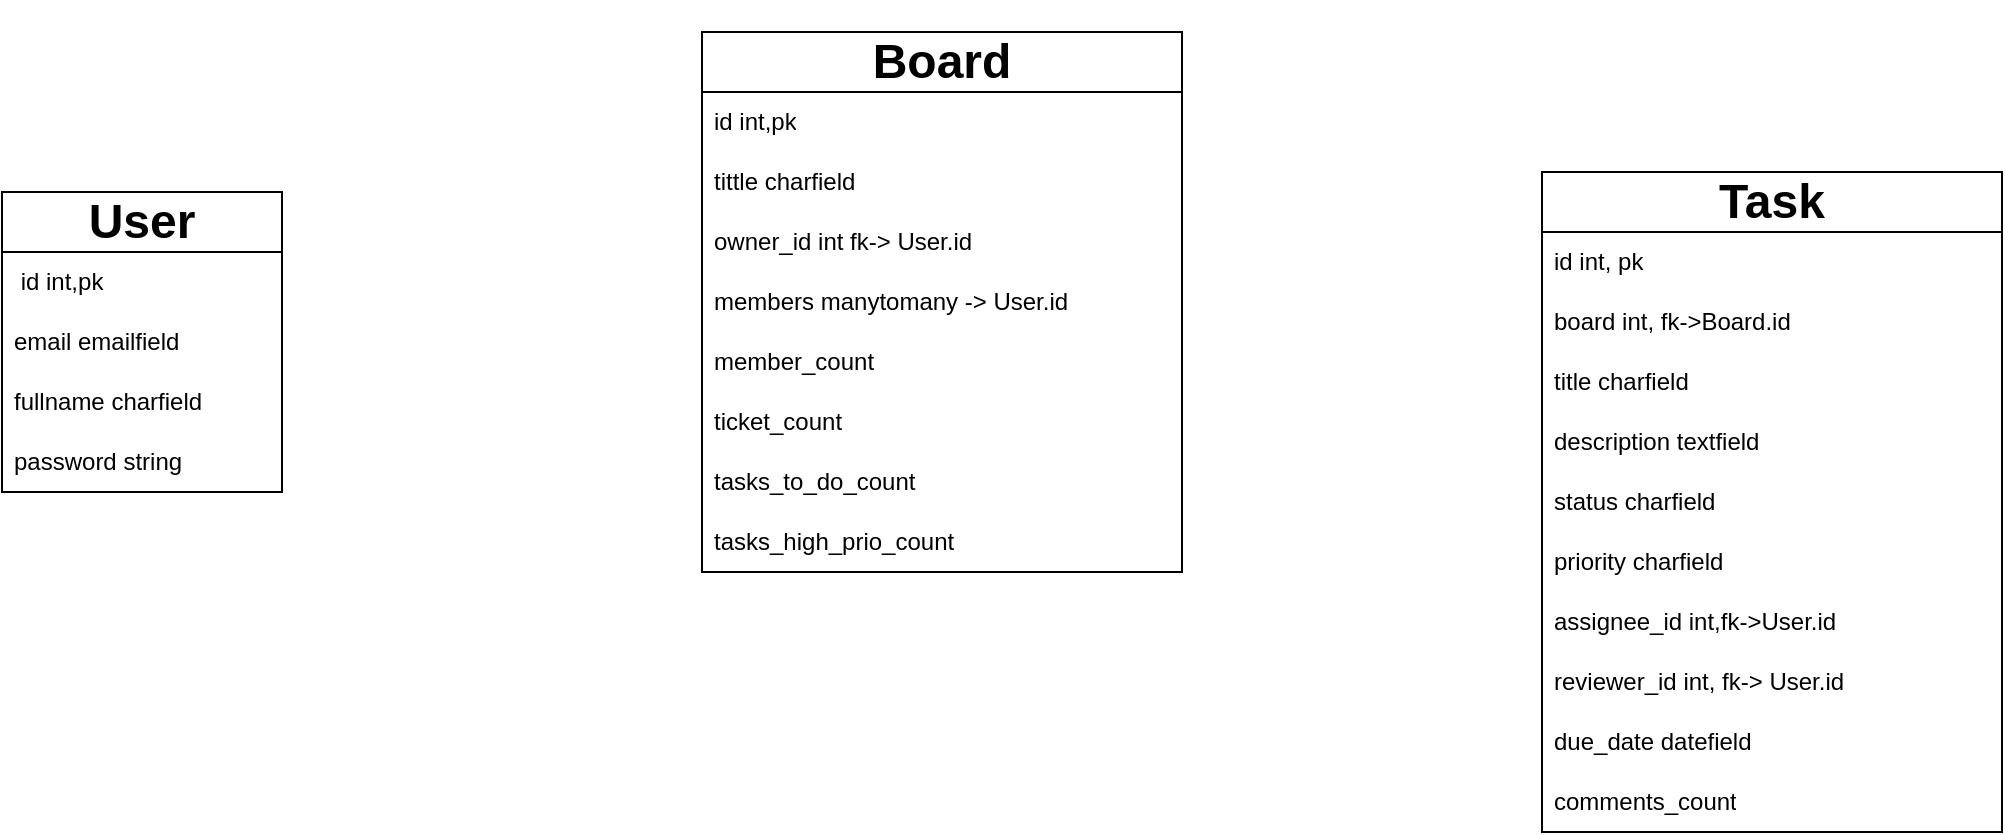
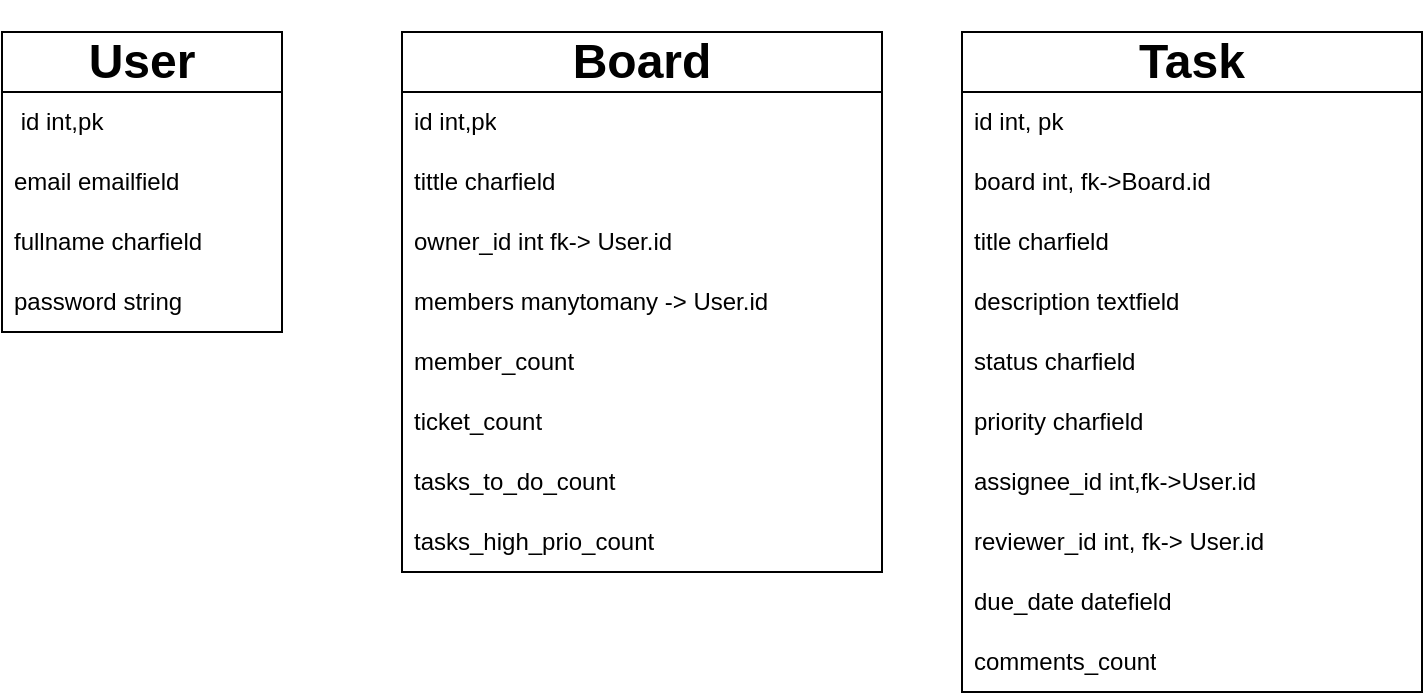
<mxfile host="65bd71144e">
    <diagram id="cN5_UtqADJ0dFnwx7pUQ" name="Page-1">
-         <mxGraphModel dx="1224" dy="1138" grid="1" gridSize="10" guides="1" tooltips="1" connect="1" arrows="1" fold="1" page="1" pageScale="1" pageWidth="850" pageHeight="1100" math="0" shadow="0">
+         <mxGraphModel dx="616" dy="1154" grid="1" gridSize="10" guides="1" tooltips="1" connect="1" arrows="1" fold="1" page="1" pageScale="1" pageWidth="850" pageHeight="1100" math="0" shadow="0">
            <root>
                <mxCell id="0"/>
                <mxCell id="1" parent="0"/>
-                 <mxCell id="9" value="&lt;h1&gt;User&lt;/h1&gt;" style="swimlane;fontStyle=0;childLayout=stackLayout;horizontal=1;startSize=30;horizontalStack=0;resizeParent=1;resizeParentMax=0;resizeLast=0;collapsible=1;marginBottom=0;whiteSpace=wrap;html=1;" vertex="1" parent="1">
-                     <mxGeometry x="40" y="270" width="140" height="150" as="geometry">
+                 <mxCell id="9" value="&lt;h1&gt;User&lt;/h1&gt;" style="swimlane;fontStyle=0;childLayout=stackLayout;horizontal=1;startSize=30;horizontalStack=0;resizeParent=1;resizeParentMax=0;resizeLast=0;collapsible=1;marginBottom=0;whiteSpace=wrap;html=1;" parent="1" vertex="1">
+                     <mxGeometry x="190" y="190" width="140" height="150" as="geometry">
                        <mxRectangle x="160" y="140" width="60" height="30" as="alternateBounds"/>
                    </mxGeometry>
                </mxCell>
-                 <mxCell id="10" value="&amp;nbsp;id int,pk" style="text;strokeColor=none;fillColor=none;align=left;verticalAlign=middle;spacingLeft=4;spacingRight=4;overflow=hidden;points=[[0,0.5],[1,0.5]];portConstraint=eastwest;rotatable=0;whiteSpace=wrap;html=1;" vertex="1" parent="9">
+                 <mxCell id="10" value="&amp;nbsp;id int,pk" style="text;strokeColor=none;fillColor=none;align=left;verticalAlign=middle;spacingLeft=4;spacingRight=4;overflow=hidden;points=[[0,0.5],[1,0.5]];portConstraint=eastwest;rotatable=0;whiteSpace=wrap;html=1;" parent="9" vertex="1">
                    <mxGeometry y="30" width="140" height="30" as="geometry"/>
                </mxCell>
-                 <mxCell id="11" value="email emailfield" style="text;strokeColor=none;fillColor=none;align=left;verticalAlign=middle;spacingLeft=4;spacingRight=4;overflow=hidden;points=[[0,0.5],[1,0.5]];portConstraint=eastwest;rotatable=0;whiteSpace=wrap;html=1;" vertex="1" parent="9">
+                 <mxCell id="11" value="email emailfield" style="text;strokeColor=none;fillColor=none;align=left;verticalAlign=middle;spacingLeft=4;spacingRight=4;overflow=hidden;points=[[0,0.5],[1,0.5]];portConstraint=eastwest;rotatable=0;whiteSpace=wrap;html=1;" parent="9" vertex="1">
                    <mxGeometry y="60" width="140" height="30" as="geometry"/>
                </mxCell>
-                 <mxCell id="12" value="fullname charfield" style="text;strokeColor=none;fillColor=none;align=left;verticalAlign=middle;spacingLeft=4;spacingRight=4;overflow=hidden;points=[[0,0.5],[1,0.5]];portConstraint=eastwest;rotatable=0;whiteSpace=wrap;html=1;" vertex="1" parent="9">
+                 <mxCell id="12" value="fullname charfield" style="text;strokeColor=none;fillColor=none;align=left;verticalAlign=middle;spacingLeft=4;spacingRight=4;overflow=hidden;points=[[0,0.5],[1,0.5]];portConstraint=eastwest;rotatable=0;whiteSpace=wrap;html=1;" parent="9" vertex="1">
                    <mxGeometry y="90" width="140" height="30" as="geometry"/>
                </mxCell>
-                 <mxCell id="15" value="password string" style="text;strokeColor=none;fillColor=none;align=left;verticalAlign=middle;spacingLeft=4;spacingRight=4;overflow=hidden;points=[[0,0.5],[1,0.5]];portConstraint=eastwest;rotatable=0;whiteSpace=wrap;html=1;" vertex="1" parent="9">
+                 <mxCell id="15" value="password string" style="text;strokeColor=none;fillColor=none;align=left;verticalAlign=middle;spacingLeft=4;spacingRight=4;overflow=hidden;points=[[0,0.5],[1,0.5]];portConstraint=eastwest;rotatable=0;whiteSpace=wrap;html=1;" parent="9" vertex="1">
                    <mxGeometry y="120" width="140" height="30" as="geometry"/>
                </mxCell>
-                 <mxCell id="23" value="&lt;h1&gt;Board&lt;/h1&gt;" style="swimlane;fontStyle=0;childLayout=stackLayout;horizontal=1;startSize=30;horizontalStack=0;resizeParent=1;resizeParentMax=0;resizeLast=0;collapsible=1;marginBottom=0;whiteSpace=wrap;html=1;" vertex="1" parent="1">
+                 <mxCell id="23" value="&lt;h1&gt;Board&lt;/h1&gt;" style="swimlane;fontStyle=0;childLayout=stackLayout;horizontal=1;startSize=30;horizontalStack=0;resizeParent=1;resizeParentMax=0;resizeLast=0;collapsible=1;marginBottom=0;whiteSpace=wrap;html=1;" parent="1" vertex="1">
                    <mxGeometry x="390" y="190" width="240" height="270" as="geometry"/>
                </mxCell>
-                 <mxCell id="24" value="id int,pk" style="text;strokeColor=none;fillColor=none;align=left;verticalAlign=middle;spacingLeft=4;spacingRight=4;overflow=hidden;points=[[0,0.5],[1,0.5]];portConstraint=eastwest;rotatable=0;whiteSpace=wrap;html=1;" vertex="1" parent="23">
+                 <mxCell id="24" value="id int,pk" style="text;strokeColor=none;fillColor=none;align=left;verticalAlign=middle;spacingLeft=4;spacingRight=4;overflow=hidden;points=[[0,0.5],[1,0.5]];portConstraint=eastwest;rotatable=0;whiteSpace=wrap;html=1;" parent="23" vertex="1">
                    <mxGeometry y="30" width="240" height="30" as="geometry"/>
                </mxCell>
-                 <mxCell id="25" value="tittle charfield" style="text;strokeColor=none;fillColor=none;align=left;verticalAlign=middle;spacingLeft=4;spacingRight=4;overflow=hidden;points=[[0,0.5],[1,0.5]];portConstraint=eastwest;rotatable=0;whiteSpace=wrap;html=1;" vertex="1" parent="23">
+                 <mxCell id="25" value="tittle charfield" style="text;strokeColor=none;fillColor=none;align=left;verticalAlign=middle;spacingLeft=4;spacingRight=4;overflow=hidden;points=[[0,0.5],[1,0.5]];portConstraint=eastwest;rotatable=0;whiteSpace=wrap;html=1;" parent="23" vertex="1">
                    <mxGeometry y="60" width="240" height="30" as="geometry"/>
                </mxCell>
-                 <mxCell id="26" value="owner_id int fk-&amp;gt; User.id" style="text;strokeColor=none;fillColor=none;align=left;verticalAlign=middle;spacingLeft=4;spacingRight=4;overflow=hidden;points=[[0,0.5],[1,0.5]];portConstraint=eastwest;rotatable=0;whiteSpace=wrap;html=1;" vertex="1" parent="23">
+                 <mxCell id="26" value="owner_id int fk-&amp;gt; User.id" style="text;strokeColor=none;fillColor=none;align=left;verticalAlign=middle;spacingLeft=4;spacingRight=4;overflow=hidden;points=[[0,0.5],[1,0.5]];portConstraint=eastwest;rotatable=0;whiteSpace=wrap;html=1;" parent="23" vertex="1">
                    <mxGeometry y="90" width="240" height="30" as="geometry"/>
                </mxCell>
-                 <mxCell id="43" value="members manytomany -&amp;gt; User.id" style="text;strokeColor=none;fillColor=none;align=left;verticalAlign=middle;spacingLeft=4;spacingRight=4;overflow=hidden;points=[[0,0.5],[1,0.5]];portConstraint=eastwest;rotatable=0;whiteSpace=wrap;html=1;" vertex="1" parent="23">
+                 <mxCell id="43" value="members manytomany -&amp;gt; User.id" style="text;strokeColor=none;fillColor=none;align=left;verticalAlign=middle;spacingLeft=4;spacingRight=4;overflow=hidden;points=[[0,0.5],[1,0.5]];portConstraint=eastwest;rotatable=0;whiteSpace=wrap;html=1;" parent="23" vertex="1">
                    <mxGeometry y="120" width="240" height="30" as="geometry"/>
                </mxCell>
-                 <mxCell id="36" value="member_count" style="text;strokeColor=none;fillColor=none;align=left;verticalAlign=middle;spacingLeft=4;spacingRight=4;overflow=hidden;points=[[0,0.5],[1,0.5]];portConstraint=eastwest;rotatable=0;whiteSpace=wrap;html=1;" vertex="1" parent="23">
+                 <mxCell id="36" value="member_count" style="text;strokeColor=none;fillColor=none;align=left;verticalAlign=middle;spacingLeft=4;spacingRight=4;overflow=hidden;points=[[0,0.5],[1,0.5]];portConstraint=eastwest;rotatable=0;whiteSpace=wrap;html=1;" parent="23" vertex="1">
                    <mxGeometry y="150" width="240" height="30" as="geometry"/>
                </mxCell>
-                 <mxCell id="37" value="ticket_count" style="text;strokeColor=none;fillColor=none;align=left;verticalAlign=middle;spacingLeft=4;spacingRight=4;overflow=hidden;points=[[0,0.5],[1,0.5]];portConstraint=eastwest;rotatable=0;whiteSpace=wrap;html=1;" vertex="1" parent="23">
+                 <mxCell id="37" value="ticket_count" style="text;strokeColor=none;fillColor=none;align=left;verticalAlign=middle;spacingLeft=4;spacingRight=4;overflow=hidden;points=[[0,0.5],[1,0.5]];portConstraint=eastwest;rotatable=0;whiteSpace=wrap;html=1;" parent="23" vertex="1">
                    <mxGeometry y="180" width="240" height="30" as="geometry"/>
                </mxCell>
-                 <mxCell id="38" value="tasks_to_do_count" style="text;strokeColor=none;fillColor=none;align=left;verticalAlign=middle;spacingLeft=4;spacingRight=4;overflow=hidden;points=[[0,0.5],[1,0.5]];portConstraint=eastwest;rotatable=0;whiteSpace=wrap;html=1;" vertex="1" parent="23">
+                 <mxCell id="38" value="tasks_to_do_count" style="text;strokeColor=none;fillColor=none;align=left;verticalAlign=middle;spacingLeft=4;spacingRight=4;overflow=hidden;points=[[0,0.5],[1,0.5]];portConstraint=eastwest;rotatable=0;whiteSpace=wrap;html=1;" parent="23" vertex="1">
                    <mxGeometry y="210" width="240" height="30" as="geometry"/>
                </mxCell>
-                 <mxCell id="39" value="tasks_high_prio_count" style="text;strokeColor=none;fillColor=none;align=left;verticalAlign=middle;spacingLeft=4;spacingRight=4;overflow=hidden;points=[[0,0.5],[1,0.5]];portConstraint=eastwest;rotatable=0;whiteSpace=wrap;html=1;" vertex="1" parent="23">
+                 <mxCell id="39" value="tasks_high_prio_count" style="text;strokeColor=none;fillColor=none;align=left;verticalAlign=middle;spacingLeft=4;spacingRight=4;overflow=hidden;points=[[0,0.5],[1,0.5]];portConstraint=eastwest;rotatable=0;whiteSpace=wrap;html=1;" parent="23" vertex="1">
                    <mxGeometry y="240" width="240" height="30" as="geometry"/>
                </mxCell>
-                 <mxCell id="45" value="&lt;h1&gt;Task&lt;/h1&gt;" style="swimlane;fontStyle=0;childLayout=stackLayout;horizontal=1;startSize=30;horizontalStack=0;resizeParent=1;resizeParentMax=0;resizeLast=0;collapsible=1;marginBottom=0;whiteSpace=wrap;html=1;" vertex="1" parent="1">
-                     <mxGeometry x="810" y="260" width="230" height="330" as="geometry"/>
+                 <mxCell id="45" value="&lt;h1&gt;Task&lt;/h1&gt;" style="swimlane;fontStyle=0;childLayout=stackLayout;horizontal=1;startSize=30;horizontalStack=0;resizeParent=1;resizeParentMax=0;resizeLast=0;collapsible=1;marginBottom=0;whiteSpace=wrap;html=1;" parent="1" vertex="1">
+                     <mxGeometry x="670" y="190" width="230" height="330" as="geometry"/>
                </mxCell>
-                 <mxCell id="46" value="id int, pk" style="text;strokeColor=none;fillColor=none;align=left;verticalAlign=middle;spacingLeft=4;spacingRight=4;overflow=hidden;points=[[0,0.5],[1,0.5]];portConstraint=eastwest;rotatable=0;whiteSpace=wrap;html=1;" vertex="1" parent="45">
+                 <mxCell id="46" value="id int, pk" style="text;strokeColor=none;fillColor=none;align=left;verticalAlign=middle;spacingLeft=4;spacingRight=4;overflow=hidden;points=[[0,0.5],[1,0.5]];portConstraint=eastwest;rotatable=0;whiteSpace=wrap;html=1;" parent="45" vertex="1">
                    <mxGeometry y="30" width="230" height="30" as="geometry"/>
                </mxCell>
-                 <mxCell id="55" value="board int, fk-&amp;gt;Board.id" style="text;strokeColor=none;fillColor=none;align=left;verticalAlign=middle;spacingLeft=4;spacingRight=4;overflow=hidden;points=[[0,0.5],[1,0.5]];portConstraint=eastwest;rotatable=0;whiteSpace=wrap;html=1;" vertex="1" parent="45">
+                 <mxCell id="55" value="board int, fk-&amp;gt;Board.id" style="text;strokeColor=none;fillColor=none;align=left;verticalAlign=middle;spacingLeft=4;spacingRight=4;overflow=hidden;points=[[0,0.5],[1,0.5]];portConstraint=eastwest;rotatable=0;whiteSpace=wrap;html=1;" parent="45" vertex="1">
                    <mxGeometry y="60" width="230" height="30" as="geometry"/>
                </mxCell>
-                 <mxCell id="47" value="title charfield" style="text;strokeColor=none;fillColor=none;align=left;verticalAlign=middle;spacingLeft=4;spacingRight=4;overflow=hidden;points=[[0,0.5],[1,0.5]];portConstraint=eastwest;rotatable=0;whiteSpace=wrap;html=1;" vertex="1" parent="45">
+                 <mxCell id="47" value="title charfield" style="text;strokeColor=none;fillColor=none;align=left;verticalAlign=middle;spacingLeft=4;spacingRight=4;overflow=hidden;points=[[0,0.5],[1,0.5]];portConstraint=eastwest;rotatable=0;whiteSpace=wrap;html=1;" parent="45" vertex="1">
                    <mxGeometry y="90" width="230" height="30" as="geometry"/>
                </mxCell>
-                 <mxCell id="48" value="description textfield" style="text;strokeColor=none;fillColor=none;align=left;verticalAlign=middle;spacingLeft=4;spacingRight=4;overflow=hidden;points=[[0,0.5],[1,0.5]];portConstraint=eastwest;rotatable=0;whiteSpace=wrap;html=1;" vertex="1" parent="45">
+                 <mxCell id="48" value="description textfield" style="text;strokeColor=none;fillColor=none;align=left;verticalAlign=middle;spacingLeft=4;spacingRight=4;overflow=hidden;points=[[0,0.5],[1,0.5]];portConstraint=eastwest;rotatable=0;whiteSpace=wrap;html=1;" parent="45" vertex="1">
                    <mxGeometry y="120" width="230" height="30" as="geometry"/>
                </mxCell>
-                 <mxCell id="49" value="status charfield" style="text;strokeColor=none;fillColor=none;align=left;verticalAlign=middle;spacingLeft=4;spacingRight=4;overflow=hidden;points=[[0,0.5],[1,0.5]];portConstraint=eastwest;rotatable=0;whiteSpace=wrap;html=1;" vertex="1" parent="45">
+                 <mxCell id="49" value="status charfield" style="text;strokeColor=none;fillColor=none;align=left;verticalAlign=middle;spacingLeft=4;spacingRight=4;overflow=hidden;points=[[0,0.5],[1,0.5]];portConstraint=eastwest;rotatable=0;whiteSpace=wrap;html=1;" parent="45" vertex="1">
                    <mxGeometry y="150" width="230" height="30" as="geometry"/>
                </mxCell>
-                 <mxCell id="50" value="priority charfield" style="text;strokeColor=none;fillColor=none;align=left;verticalAlign=middle;spacingLeft=4;spacingRight=4;overflow=hidden;points=[[0,0.5],[1,0.5]];portConstraint=eastwest;rotatable=0;whiteSpace=wrap;html=1;" vertex="1" parent="45">
+                 <mxCell id="50" value="priority charfield" style="text;strokeColor=none;fillColor=none;align=left;verticalAlign=middle;spacingLeft=4;spacingRight=4;overflow=hidden;points=[[0,0.5],[1,0.5]];portConstraint=eastwest;rotatable=0;whiteSpace=wrap;html=1;" parent="45" vertex="1">
                    <mxGeometry y="180" width="230" height="30" as="geometry"/>
                </mxCell>
-                 <mxCell id="51" value="assignee_id int,fk-&amp;gt;User.id" style="text;strokeColor=none;fillColor=none;align=left;verticalAlign=middle;spacingLeft=4;spacingRight=4;overflow=hidden;points=[[0,0.5],[1,0.5]];portConstraint=eastwest;rotatable=0;whiteSpace=wrap;html=1;" vertex="1" parent="45">
+                 <mxCell id="51" value="assignee_id int,fk-&amp;gt;User.id" style="text;strokeColor=none;fillColor=none;align=left;verticalAlign=middle;spacingLeft=4;spacingRight=4;overflow=hidden;points=[[0,0.5],[1,0.5]];portConstraint=eastwest;rotatable=0;whiteSpace=wrap;html=1;" parent="45" vertex="1">
                    <mxGeometry y="210" width="230" height="30" as="geometry"/>
                </mxCell>
-                 <mxCell id="52" value="reviewer_id int, fk-&amp;gt; User.id" style="text;strokeColor=none;fillColor=none;align=left;verticalAlign=middle;spacingLeft=4;spacingRight=4;overflow=hidden;points=[[0,0.5],[1,0.5]];portConstraint=eastwest;rotatable=0;whiteSpace=wrap;html=1;" vertex="1" parent="45">
+                 <mxCell id="52" value="reviewer_id int, fk-&amp;gt; User.id" style="text;strokeColor=none;fillColor=none;align=left;verticalAlign=middle;spacingLeft=4;spacingRight=4;overflow=hidden;points=[[0,0.5],[1,0.5]];portConstraint=eastwest;rotatable=0;whiteSpace=wrap;html=1;" parent="45" vertex="1">
                    <mxGeometry y="240" width="230" height="30" as="geometry"/>
                </mxCell>
-                 <mxCell id="53" value="due_date datefield" style="text;strokeColor=none;fillColor=none;align=left;verticalAlign=middle;spacingLeft=4;spacingRight=4;overflow=hidden;points=[[0,0.5],[1,0.5]];portConstraint=eastwest;rotatable=0;whiteSpace=wrap;html=1;" vertex="1" parent="45">
+                 <mxCell id="53" value="due_date datefield" style="text;strokeColor=none;fillColor=none;align=left;verticalAlign=middle;spacingLeft=4;spacingRight=4;overflow=hidden;points=[[0,0.5],[1,0.5]];portConstraint=eastwest;rotatable=0;whiteSpace=wrap;html=1;" parent="45" vertex="1">
                    <mxGeometry y="270" width="230" height="30" as="geometry"/>
                </mxCell>
-                 <mxCell id="54" value="comments_count" style="text;strokeColor=none;fillColor=none;align=left;verticalAlign=middle;spacingLeft=4;spacingRight=4;overflow=hidden;points=[[0,0.5],[1,0.5]];portConstraint=eastwest;rotatable=0;whiteSpace=wrap;html=1;" vertex="1" parent="45">
+                 <mxCell id="54" value="comments_count" style="text;strokeColor=none;fillColor=none;align=left;verticalAlign=middle;spacingLeft=4;spacingRight=4;overflow=hidden;points=[[0,0.5],[1,0.5]];portConstraint=eastwest;rotatable=0;whiteSpace=wrap;html=1;" parent="45" vertex="1">
                    <mxGeometry y="300" width="230" height="30" as="geometry"/>
                </mxCell>
            </root>
        </mxGraphModel>
    </diagram>
</mxfile>